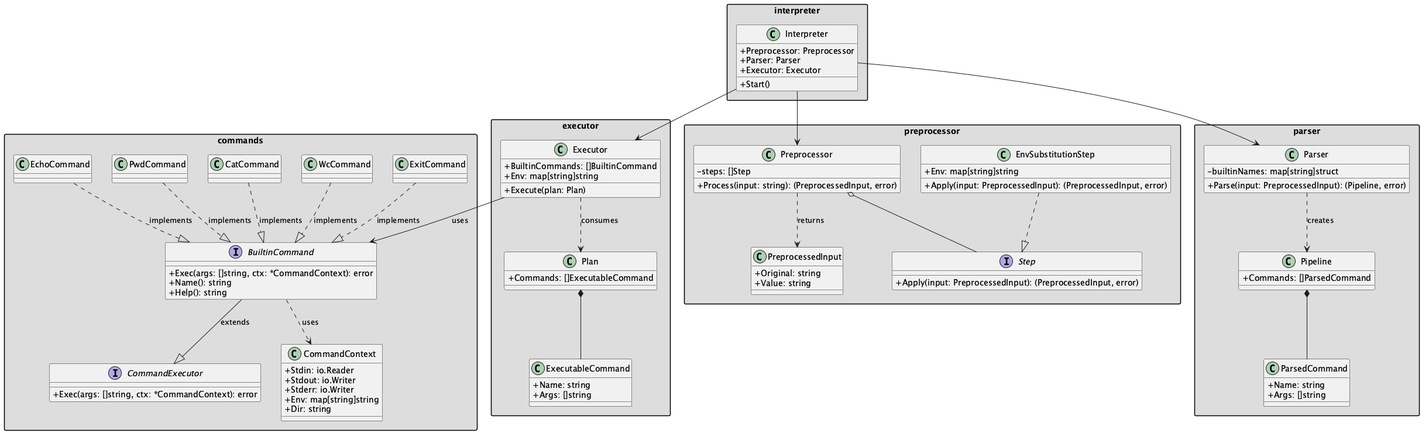
Before: docs/img/class_diagram.png, a diagram exported from PlantUML (ggerlakh/software-design-mhs-itmo).
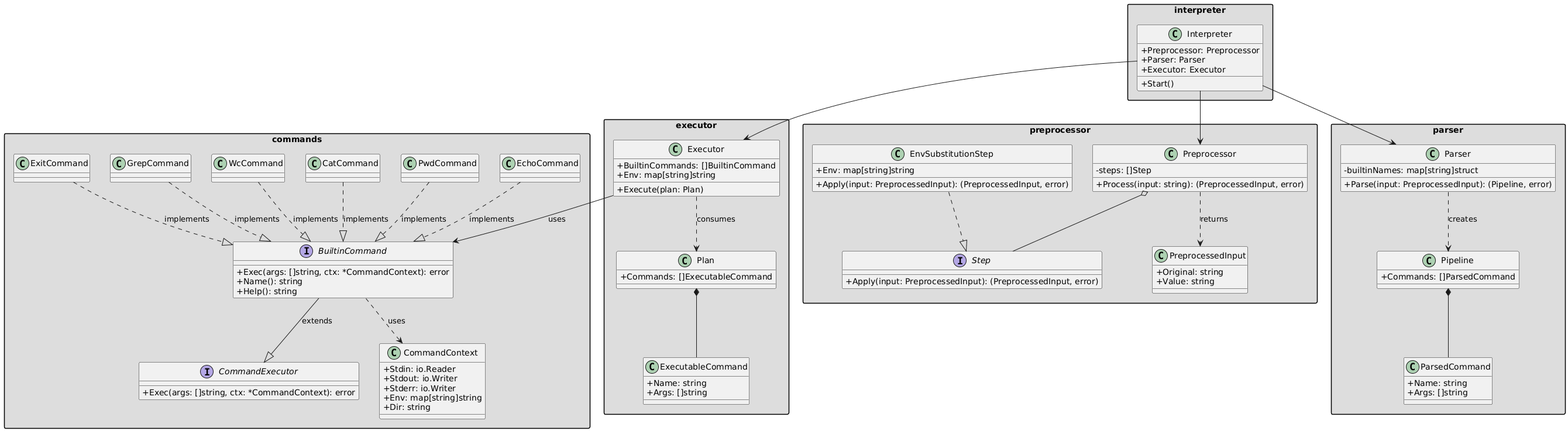
Above is the later version.

What changed in the source:
```diff
@@ -26,6 +26,7 @@
     class PwdCommand
     class CatCommand
     class WcCommand
+    class GrepCommand
     class ExitCommand
 
     BuiltinCommand --|> CommandExecutor : extends
@@ -34,6 +35,7 @@
     PwdCommand ..|> BuiltinCommand : implements
     CatCommand ..|> BuiltinCommand : implements
     WcCommand ..|> BuiltinCommand : implements
+    GrepCommand ..|> BuiltinCommand : implements
     ExitCommand ..|> BuiltinCommand : implements
 }
 
@@ -114,5 +116,4 @@
     Interpreter --> Parser
     Interpreter --> Executor
 }
-
 @enduml
```
